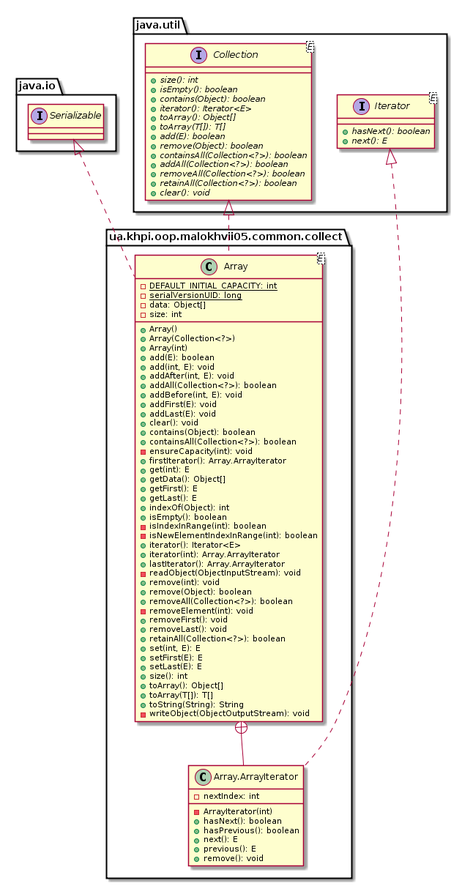
This is malokhvii-eduard/malokhvii05/doc/plantuml/png/ua.khpi.oop.malokhvii05.common.collect.package.png from P-Kalin/kit26a, a PlantUML export, as it was before one commit.
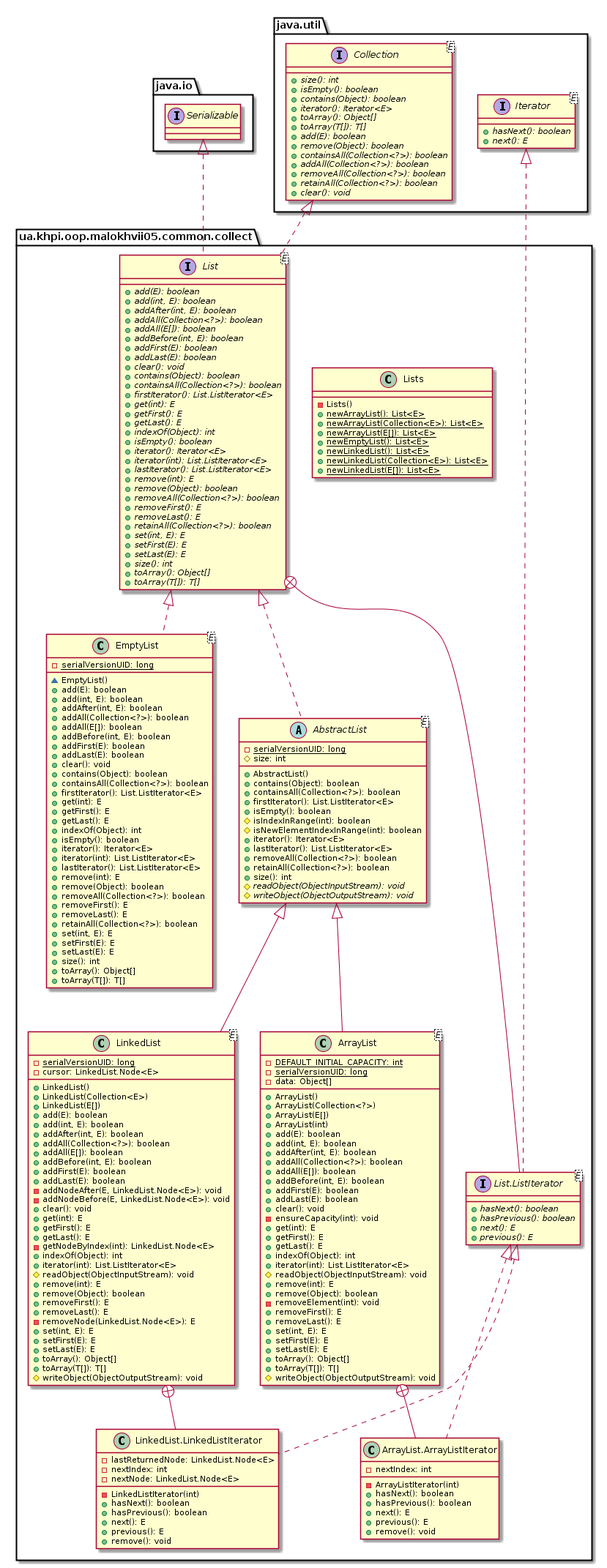
The same file after the commit.

What changed in the source:
```diff
@@ -2,44 +2,34 @@
 
     namespace ua.khpi.oop.malokhvii05.common.collect {
 
-        class Array<E> {
-            {static} -DEFAULT_INITIAL_CAPACITY: int
+        class EmptyList<E> {
             {static} -serialVersionUID: long
-            -data: Object[]
-            -size: int
-            +Array()
-            +Array(Collection<?>)
-            +Array(int)
+            ~EmptyList()
             +add(E): boolean
-            +add(int, E): void
-            +addAfter(int, E): void
+            +add(int, E): boolean
+            +addAfter(int, E): boolean
             +addAll(Collection<?>): boolean
-            +addBefore(int, E): void
-            +addFirst(E): void
-            +addLast(E): void
+            +addAll(E[]): boolean
+            +addBefore(int, E): boolean
+            +addFirst(E): boolean
+            +addLast(E): boolean
             +clear(): void
             +contains(Object): boolean
             +containsAll(Collection<?>): boolean
-            -ensureCapacity(int): void
-            +firstIterator(): Array.ArrayIterator
+            +firstIterator(): List.ListIterator<E>
             +get(int): E
-            +getData(): Object[]
             +getFirst(): E
             +getLast(): E
             +indexOf(Object): int
             +isEmpty(): boolean
-            -isIndexInRange(int): boolean
-            -isNewElementIndexInRange(int): boolean
             +iterator(): Iterator<E>
-            +iterator(int): Array.ArrayIterator
-            +lastIterator(): Array.ArrayIterator
-            -readObject(ObjectInputStream): void
-            +remove(int): void
+            +iterator(int): List.ListIterator<E>
+            +lastIterator(): List.ListIterator<E>
+            +remove(int): E
             +remove(Object): boolean
             +removeAll(Collection<?>): boolean
-            -removeElement(int): void
-            +removeFirst(): void
-            +removeLast(): void
+            +removeFirst(): E
+            +removeLast(): E
             +retainAll(Collection<?>): boolean
             +set(int, E): E
             +setFirst(E): E
@@ -47,19 +37,191 @@
             +size(): int
             +toArray(): Object[]
             +toArray(T[]): T[]
-            +toString(String): String
-            -writeObject(ObjectOutputStream): void
         }
 
-        class ua.khpi.oop.malokhvii05.common.collect.Array.ArrayIterator {
+        class ArrayList<E> {
+            {static} -DEFAULT_INITIAL_CAPACITY: int
+            {static} -serialVersionUID: long
+            -data: Object[]
+            +ArrayList()
+            +ArrayList(Collection<?>)
+            +ArrayList(E[])
+            +ArrayList(int)
+            +add(E): boolean
+            +add(int, E): boolean
+            +addAfter(int, E): boolean
+            +addAll(Collection<?>): boolean
+            +addAll(E[]): boolean
+            +addBefore(int, E): boolean
+            +addFirst(E): boolean
+            +addLast(E): boolean
+            +clear(): void
+            -ensureCapacity(int): void
+            +get(int): E
+            +getFirst(): E
+            +getLast(): E
+            +indexOf(Object): int
+            +iterator(int): List.ListIterator<E>
+            #readObject(ObjectInputStream): void
+            +remove(int): E
+            +remove(Object): boolean
+            -removeElement(int): void
+            +removeFirst(): E
+            +removeLast(): E
+            +set(int, E): E
+            +setFirst(E): E
+            +setLast(E): E
+            +toArray(): Object[]
+            +toArray(T[]): T[]
+            #writeObject(ObjectOutputStream): void
+        }
+
+        class ua.khpi.oop.malokhvii05.common.collect.ArrayList.ArrayListIterator {
             -nextIndex: int
-            -ArrayIterator(int)
+            -ArrayListIterator(int)
             +hasNext(): boolean
             +hasPrevious(): boolean
             +next(): E
             +previous(): E
             +remove(): void
         }
+
+        abstract class AbstractList<E> {
+            {static} -serialVersionUID: long
+            #size: int
+            +AbstractList()
+            +contains(Object): boolean
+            +containsAll(Collection<?>): boolean
+            +firstIterator(): List.ListIterator<E>
+            +isEmpty(): boolean
+            #isIndexInRange(int): boolean
+            #isNewElementIndexInRange(int): boolean
+            +iterator(): Iterator<E>
+            +lastIterator(): List.ListIterator<E>
+            +removeAll(Collection<?>): boolean
+            +retainAll(Collection<?>): boolean
+            +size(): int
+            {abstract} #readObject(ObjectInputStream): void
+            {abstract} #writeObject(ObjectOutputStream): void
+        }
+
+        class Lists {
+            -Lists()
+            {static} +newArrayList(): List<E>
+            {static} +newArrayList(Collection<E>): List<E>
+            {static} +newArrayList(E[]): List<E>
+            {static} +newEmptyList(): List<E>
+            {static} +newLinkedList(): List<E>
+            {static} +newLinkedList(Collection<E>): List<E>
+            {static} +newLinkedList(E[]): List<E>
+        }
+
+        class LinkedList<E> {
+            {static} -serialVersionUID: long
+            -cursor: LinkedList.Node<E>
+            +LinkedList()
+            +LinkedList(Collection<E>)
+            +LinkedList(E[])
+            +add(E): boolean
+            +add(int, E): boolean
+            +addAfter(int, E): boolean
+            +addAll(Collection<?>): boolean
+            +addAll(E[]): boolean
+            +addBefore(int, E): boolean
+            +addFirst(E): boolean
+            +addLast(E): boolean
+            -addNodeAfter(E, LinkedList.Node<E>): void
+            -addNodeBefore(E, LinkedList.Node<E>): void
+            +clear(): void
+            +get(int): E
+            +getFirst(): E
+            +getLast(): E
+            -getNodeByIndex(int): LinkedList.Node<E>
+            +indexOf(Object): int
+            +iterator(int): List.ListIterator<E>
+            #readObject(ObjectInputStream): void
+            +remove(int): E
+            +remove(Object): boolean
+            +removeFirst(): E
+            +removeLast(): E
+            -removeNode(LinkedList.Node<E>): E
+            +set(int, E): E
+            +setFirst(E): E
+            +setLast(E): E
+            +toArray(): Object[]
+            +toArray(T[]): T[]
+            #writeObject(ObjectOutputStream): void
+        }
+
+        class ua.khpi.oop.malokhvii05.common.collect.LinkedList.LinkedListIterator {
+            -lastReturnedNode: LinkedList.Node<E>
+            -nextIndex: int
+            -nextNode: LinkedList.Node<E>
+            -LinkedListIterator(int)
+            +hasNext(): boolean
+            +hasPrevious(): boolean
+            +next(): E
+            +previous(): E
+            +remove(): void
+        }
+
+        interface List<E> {
+            {abstract} +add(E): boolean
+            {abstract} +add(int, E): boolean
+            {abstract} +addAfter(int, E): boolean
+            {abstract} +addAll(Collection<?>): boolean
+            {abstract} +addAll(E[]): boolean
+            {abstract} +addBefore(int, E): boolean
+            {abstract} +addFirst(E): boolean
+            {abstract} +addLast(E): boolean
+            {abstract} +clear(): void
+            {abstract} +contains(Object): boolean
+            {abstract} +containsAll(Collection<?>): boolean
+            {abstract} +firstIterator(): List.ListIterator<E>
+            {abstract} +get(int): E
+            {abstract} +getFirst(): E
+            {abstract} +getLast(): E
+            {abstract} +indexOf(Object): int
+            {abstract} +isEmpty(): boolean
+            {abstract} +iterator(): Iterator<E>
+            {abstract} +iterator(int): List.ListIterator<E>
+            {abstract} +lastIterator(): List.ListIterator<E>
+            {abstract} +remove(int): E
+            {abstract} +remove(Object): boolean
+            {abstract} +removeAll(Collection<?>): boolean
+            {abstract} +removeFirst(): E
+            {abstract} +removeLast(): E
+            {abstract} +retainAll(Collection<?>): boolean
+            {abstract} +set(int, E): E
+            {abstract} +setFirst(E): E
+            {abstract} +setLast(E): E
+            {abstract} +size(): int
+            {abstract} +toArray(): Object[]
+            {abstract} +toArray(T[]): T[]
+        }
+
+        interface ua.khpi.oop.malokhvii05.common.collect.List.ListIterator<E> {
+            {abstract} +hasNext(): boolean
+            {abstract} +hasPrevious(): boolean
+            {abstract} +next(): E
+            {abstract} +previous(): E
+        }
+
+        List <|.. EmptyList
+
+        AbstractList <|-- ArrayList
+
+        ua.khpi.oop.malokhvii05.common.collect.List.ListIterator <|.. ua.khpi.oop.malokhvii05.common.collect.ArrayList.ArrayListIterator
+
+        ArrayList +-- ua.khpi.oop.malokhvii05.common.collect.ArrayList.ArrayListIterator
+
+        List <|.. AbstractList
+
+        AbstractList <|-- LinkedList
+
+        ua.khpi.oop.malokhvii05.common.collect.List.ListIterator <|.. ua.khpi.oop.malokhvii05.common.collect.LinkedList.LinkedListIterator
+
+        LinkedList +-- ua.khpi.oop.malokhvii05.common.collect.LinkedList.LinkedListIterator
 
         interface java.util.Collection<E> {
             {abstract} +size(): int
@@ -76,18 +238,18 @@
             {abstract} +retainAll(Collection<?>): boolean
             {abstract} +clear(): void
         }
-        java.util.Collection <|.. Array
+        java.util.Collection <|.. List
 
         interface java.io.Serializable
-        java.io.Serializable <|.. Array
+        java.io.Serializable <|.. List
 
         interface java.util.Iterator<E> {
             {abstract} +hasNext(): boolean
             {abstract} +next(): E
         }
-        java.util.Iterator <|.. ua.khpi.oop.malokhvii05.common.collect.Array.ArrayIterator
+        java.util.Iterator <|.. ua.khpi.oop.malokhvii05.common.collect.List.ListIterator
 
-        Array +-- ua.khpi.oop.malokhvii05.common.collect.Array.ArrayIterator
+        List +-- ua.khpi.oop.malokhvii05.common.collect.List.ListIterator
 
     }
 
```
